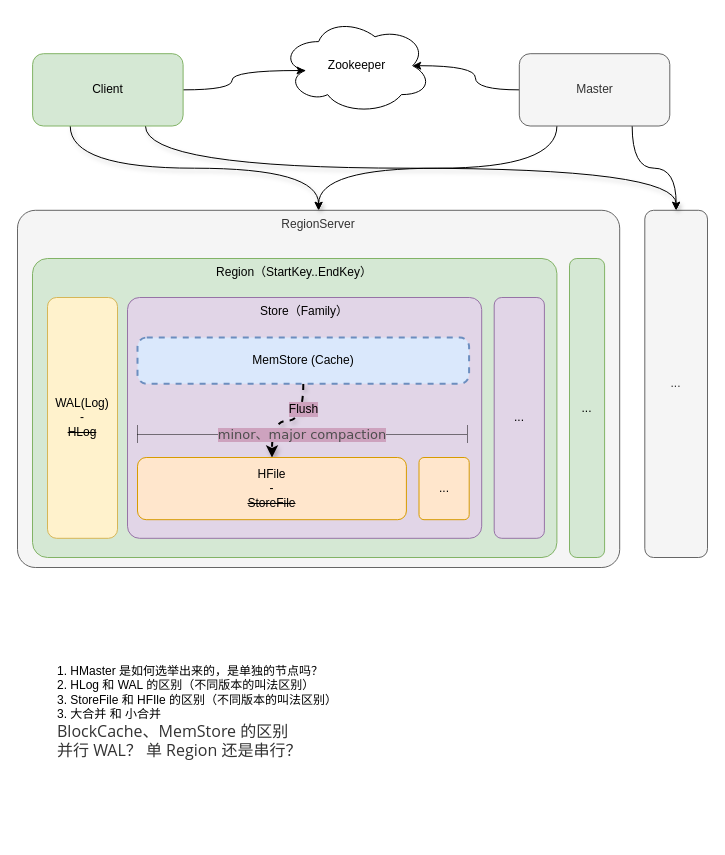
hello-world-example/HBase keeps this draw.io diagram as page "HBase 架构" (1 of 3) of HBase.drawio. Above is the earlier version. Source tidied: cells renumbered, new cells numbered last; positions are measured from the earlier drawing's top-left corner, leaving out a move shared by most shapes. Both pictures are drawn from the tidied source at 100%, with x=0, y=0 at pixel (17, 17).
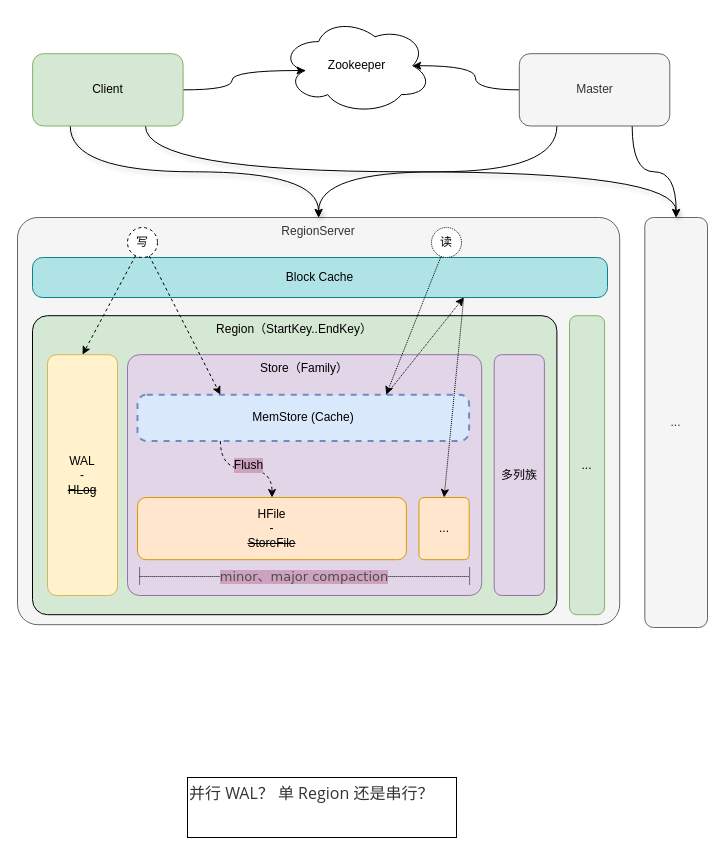
After the change.

What changed in the source:
```diff
@@
     <mxCell id="2" value="RegionServer" style="rounded=1;whiteSpace=wrap;html=1;align=center;verticalAlign=top;fontSize=12;arcSize=5;fillColor=#f5f5f5;strokeColor=#666666;fontColor=#333333;" parent="1" vertex="1">
-      <mxGeometry y="192.8" width="602.2" height="357.2" as="geometry" />
+      <mxGeometry y="200" width="602.2" height="407.2" as="geometry" />
     </mxCell>
-    <mxCell id="3" value="Region（StartKey..EndKey）" style="rounded=1;whiteSpace=wrap;html=1;align=center;verticalAlign=top;fontSize=12;arcSize=5;fillColor=#d5e8d4;strokeColor=#82b366;" parent="1" vertex="1">
-      <mxGeometry x="15" y="241" width="524.4" height="299" as="geometry" />
+    <mxCell id="3" value="Region（StartKey..EndKey）" style="rounded=1;whiteSpace=wrap;html=1;align=center;verticalAlign=top;fontSize=12;arcSize=5;fillColor=#d5e8d4;strokeColor=#000000;" parent="1" vertex="1">
+      <mxGeometry x="15" y="298.2" width="524.4" height="299" as="geometry" />
     </mxCell>
     <mxCell id="4" value="..." style="rounded=1;whiteSpace=wrap;html=1;align=center;verticalAlign=middle;fontSize=12;arcSize=21;fillColor=#d5e8d4;strokeColor=#82b366;" parent="1" vertex="1">
-      <mxGeometry x="552" y="241" width="35.1" height="299" as="geometry" />
+      <mxGeometry x="552" y="298.2" width="35.1" height="299" as="geometry" />
     </mxCell>
     <mxCell id="5" value="..." style="rounded=1;whiteSpace=wrap;html=1;align=center;verticalAlign=middle;fontSize=12;arcSize=14;fillColor=#f5f5f5;strokeColor=#666666;fontColor=#333333;" parent="1" vertex="1">
-      <mxGeometry x="627.3" y="192.8" width="62.7" height="347.2" as="geometry" />
+      <mxGeometry x="627.3" y="200" width="62.7" height="410" as="geometry" />
     </mxCell>
@@
-    <mxCell id="15" value="1. HMaster 是如何选举出来的，是单独的节点吗？&lt;br&gt;2. HLog 和 WAL 的区别（不同版本的叫法区别）&lt;br&gt;3. StoreFile 和 HFIle 的区别（不同版本的叫法区别）&lt;br&gt;3. 大合并 和 小合并&lt;br&gt;&lt;span style=&quot;color: rgb(51 , 51 , 51) ; font-family: &amp;#34;open sans&amp;#34; , &amp;#34;clear sans&amp;#34; , &amp;#34;helvetica neue&amp;#34; , &amp;#34;helvetica&amp;#34; , &amp;#34;arial&amp;#34; , sans-serif ; font-size: 16px ; white-space: pre-wrap ; background-color: rgb(255 , 255 , 255)&quot;&gt;BlockCache、MemStore 的区别&lt;br/&gt;并行 WAL？ 单 Region 还是串行？&lt;br/&gt;&lt;/span&gt;" style="text;html=1;align=left;verticalAlign=top;fontSize=12;" parent="1" vertex="1">
-      <mxGeometry x="37.6" y="640" width="300" height="90" as="geometry" />
+    <mxCell id="15" value="&lt;span style=&quot;color: rgb(51 , 51 , 51) ; font-family: &amp;#34;open sans&amp;#34; , &amp;#34;clear sans&amp;#34; , &amp;#34;helvetica neue&amp;#34; , &amp;#34;helvetica&amp;#34; , &amp;#34;arial&amp;#34; , sans-serif ; font-size: 16px ; white-space: pre-wrap ; background-color: rgb(255 , 255 , 255)&quot;&gt;&lt;br&gt;&lt;/span&gt;" style="text;html=1;align=left;verticalAlign=top;fontSize=12;" parent="1" vertex="1">
+      <mxGeometry x="80" y="680" width="20" height="20" as="geometry" />
     </mxCell>
-    <mxCell id="16" value="WAL(Log)&lt;br&gt;-&lt;br&gt;&lt;strike&gt;HLog&lt;/strike&gt;" style="rounded=1;whiteSpace=wrap;html=1;align=center;verticalAlign=middle;fontSize=12;arcSize=13;fillColor=#fff2cc;strokeColor=#d6b656;" parent="1" vertex="1">
-      <mxGeometry x="30" y="280" width="70" height="240.8" as="geometry" />
+    <mxCell id="16" value="WAL&lt;br&gt;-&lt;br&gt;&lt;strike&gt;HLog&lt;/strike&gt;" style="rounded=1;whiteSpace=wrap;html=1;align=center;verticalAlign=middle;fontSize=12;arcSize=13;fillColor=#fff2cc;strokeColor=#d6b656;" parent="1" vertex="1">
+      <mxGeometry x="30" y="337.2" width="70" height="240.8" as="geometry" />
     </mxCell>
     <mxCell id="17" value="Store（Family）" style="rounded=1;whiteSpace=wrap;html=1;align=center;verticalAlign=top;fontSize=12;arcSize=5;fillColor=#e1d5e7;strokeColor=#9673a6;" parent="1" vertex="1">
-      <mxGeometry x="110" y="280" width="354.2" height="240.8" as="geometry" />
+      <mxGeometry x="110" y="337.2" width="354.2" height="240.8" as="geometry" />
     </mxCell>
-    <mxCell id="18" value="..." style="rounded=1;whiteSpace=wrap;html=1;align=center;verticalAlign=middle;fontSize=12;arcSize=15;fillColor=#e1d5e7;strokeColor=#9673a6;" parent="1" vertex="1">
-      <mxGeometry x="476.7" y="280" width="50.2" height="240.8" as="geometry" />
+    <mxCell id="18" value="多列族" style="rounded=1;whiteSpace=wrap;html=1;align=center;verticalAlign=middle;fontSize=12;arcSize=15;fillColor=#e1d5e7;strokeColor=#9673a6;" parent="1" vertex="1">
+      <mxGeometry x="476.7" y="337.2" width="50.2" height="240.8" as="geometry" />
     </mxCell>
-    <mxCell id="19" style="edgeStyle=orthogonalEdgeStyle;curved=1;rounded=0;comic=0;jettySize=auto;html=1;shadow=1;dashed=1;strokeWidth=2;fontSize=12;" parent="1" edge="1" source="21" target="22">
+    <mxCell id="19" style="edgeStyle=orthogonalEdgeStyle;curved=1;rounded=0;comic=0;jettySize=auto;html=1;shadow=0;dashed=1;strokeWidth=1;fontSize=12;exitX=0.25;exitY=1;exitDx=0;exitDy=0;" parent="1" edge="1" source="21" target="22">
       <mxGeometry relative="1" as="geometry" />
     </mxCell>
     <mxCell id="20" value="Flush" style="text;html=1;align=center;verticalAlign=middle;labelBackgroundColor=#CDA2BE;fontSize=12;" parent="19" vertex="1">
       <mxGeometry x="-0.34" y="-5" relative="1" as="geometry">
-        <mxPoint x="4.2" y="-9.9" as="offset" />
+        <mxPoint x="19.5" y="-9" as="offset" />
       </mxGeometry>
     </mxCell>
+    <mxCell id="25" style="rounded=0;jettySize=auto;html=1;exitX=0.75;exitY=0;exitDx=0;exitDy=0;entryX=0.75;entryY=1;entryDx=0;entryDy=0;strokeColor=#000000;dashed=1;dashPattern=1 1;" parent="1" edge="1" source="21" target="27">
+      <mxGeometry relative="1" as="geometry" />
+    </mxCell>
     <mxCell id="21" value="MemStore (Cache)" style="rounded=1;whiteSpace=wrap;html=1;align=center;verticalAlign=middle;fontSize=12;arcSize=20;fillColor=#dae8fc;strokeColor=#6c8ebf;gradientColor=none;strokeWidth=2;dashed=1;" parent="1" vertex="1">
-      <mxGeometry x="120" y="320" width="331.6" height="46.3" as="geometry" />
+      <mxGeometry x="120" y="377.2" width="331.6" height="46.3" as="geometry" />
     </mxCell>
     <mxCell id="22" value="HFile&lt;br&gt;-&lt;br&gt;&lt;strike&gt;StoreFile&lt;/strike&gt;" style="rounded=1;whiteSpace=wrap;html=1;align=center;verticalAlign=middle;fontSize=12;arcSize=14;fillColor=#ffe6cc;strokeColor=#d79b00;" parent="1" vertex="1">
-      <mxGeometry x="120" y="440" width="268.9" height="62.2" as="geometry" />
+      <mxGeometry x="120" y="480" width="268.9" height="62.2" as="geometry" />
     </mxCell>
     <mxCell id="23" value="..." style="rounded=1;whiteSpace=wrap;html=1;align=center;verticalAlign=middle;fontSize=12;arcSize=10;fillColor=#ffe6cc;strokeColor=#d79b00;" parent="1" vertex="1">
-      <mxGeometry x="401.5" y="440" width="50.2" height="62.2" as="geometry" />
+      <mxGeometry x="401.5" y="480" width="50.2" height="62.2" as="geometry" />
     </mxCell>
     <mxCell id="24" value="&lt;p&gt;&lt;span style=&quot;white-space: normal ; color: rgb(77 , 77 , 77) ; background-color: rgb(205 , 162 , 190)&quot;&gt;&lt;font face=&quot;Verdana&quot; style=&quot;font-size: 13px&quot;&gt;minor、major compaction&lt;/font&gt;&lt;/span&gt;&lt;/p&gt;" style="shape=crossbar;whiteSpace=wrap;html=1;rounded=1;dashed=1;strokeWidth=1;gradientColor=none;fontSize=12;align=center;dashPattern=1 1;" parent="1" vertex="1">
-      <mxGeometry x="120" y="408" width="330" height="18" as="geometry" />
+      <mxGeometry x="122.1" y="550" width="330" height="18" as="geometry" />
     </mxCell>
+    <mxCell id="26" style="jettySize=auto;html=1;exitX=0.75;exitY=1;exitDx=0;exitDy=0;entryX=0.5;entryY=0;entryDx=0;entryDy=0;strokeColor=#000000;dashed=1;dashPattern=1 1;" parent="1" edge="1" source="27" target="23">
+      <mxGeometry relative="1" as="geometry" />
+    </mxCell>
+    <mxCell id="27" value="Block Cache" style="rounded=1;whiteSpace=wrap;html=1;align=center;verticalAlign=middle;fontSize=12;arcSize=25;fillColor=#b0e3e6;strokeColor=#0e8088;" parent="1" vertex="1">
+      <mxGeometry x="15" y="240" width="575" height="40" as="geometry" />
+    </mxCell>
+    <mxCell id="28" style="rounded=0;jettySize=auto;html=1;entryX=0.75;entryY=0;entryDx=0;entryDy=0;strokeColor=#000000;dashed=1;dashPattern=1 1;" parent="1" edge="1" source="32" target="21">
+      <mxGeometry relative="1" as="geometry" />
+    </mxCell>
+    <mxCell id="29" style="jettySize=auto;html=1;entryX=0.5;entryY=0;entryDx=0;entryDy=0;dashed=1;" parent="1" edge="1" source="31" target="16">
+      <mxGeometry relative="1" as="geometry" />
+    </mxCell>
+    <mxCell id="30" style="jettySize=auto;html=1;entryX=0.25;entryY=0;entryDx=0;entryDy=0;dashed=1;" parent="1" edge="1" source="31" target="21">
+      <mxGeometry relative="1" as="geometry" />
+    </mxCell>
+    <mxCell id="31" value="写" style="ellipse;whiteSpace=wrap;html=1;strokeColor=#000000;dashed=1;" parent="1" vertex="1">
+      <mxGeometry x="110" y="210" width="30" height="30" as="geometry" />
+    </mxCell>
+    <mxCell id="32" value="读" style="ellipse;whiteSpace=wrap;html=1;strokeColor=#000000;dashed=1;dashPattern=1 1;" parent="1" vertex="1">
+      <mxGeometry x="414" y="210" width="30" height="30" as="geometry" />
+    </mxCell>
+    <mxCell id="33" value="&lt;span style=&quot;color: rgb(51 , 51 , 51) ; font-family: &amp;#34;open sans&amp;#34; , &amp;#34;clear sans&amp;#34; , &amp;#34;helvetica neue&amp;#34; , &amp;#34;helvetica&amp;#34; , &amp;#34;arial&amp;#34; , sans-serif ; font-size: 16px ; white-space: pre-wrap ; background-color: rgb(255 , 255 , 255)&quot;&gt;并行 WAL？ 单 Region 还是串行？&lt;/span&gt;&lt;br style=&quot;color: rgb(51 , 51 , 51) ; font-family: &amp;#34;open sans&amp;#34; , &amp;#34;clear sans&amp;#34; , &amp;#34;helvetica neue&amp;#34; , &amp;#34;helvetica&amp;#34; , &amp;#34;arial&amp;#34; , sans-serif ; font-size: 16px ; white-space: pre-wrap&quot;&gt;" style="rounded=0;whiteSpace=wrap;html=1;strokeColor=#000000;align=left;verticalAlign=top;" parent="1" vertex="1">
+      <mxGeometry x="170" y="760" width="269" height="60" as="geometry" />
+    </mxCell>
```
